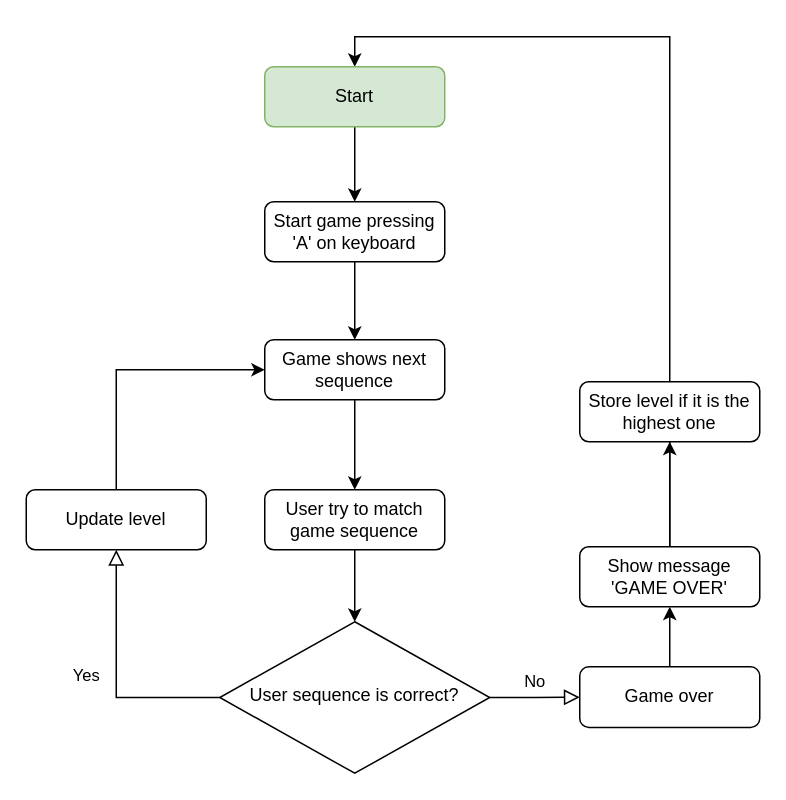
The draw.io diagram the-complete-2022-web-development-bootcamp/section-15-boss-level-challenge-the-simon-game/simon-game.drawio in liegele/estudos, before the edit. Source tidied: cells renumbered, new cells numbered last; positions are measured from the earlier drawing's top-left corner, leaving out a move shared by most shapes. Both pictures are drawn from the tidied source at 150%, with x=0, y=0 at pixel (26, 66).
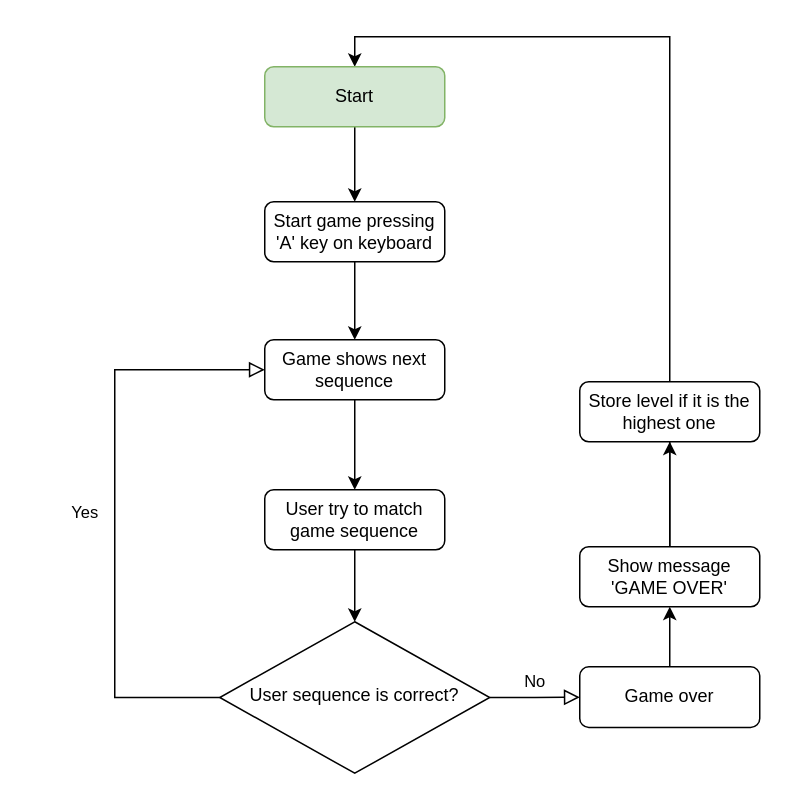
Above is the later version.

Commit message:
Atualizando arquivos

The change refers to these unchanged cells:
```xml
<mxCell id="6" value="User sequence is correct?" style="rhombus;whiteSpace=wrap;html=1;shadow=0;fontFamily=Helvetica;fontSize=12;align=center;strokeWidth=1;spacing=6;spacingTop=-4;" parent="1" vertex="1">
  <mxGeometry x="129" y="370" width="180" height="101" as="geometry" />
</mxCell>
<mxCell id="10" value="Game shows next sequence" style="rounded=1;whiteSpace=wrap;html=1;fontSize=12;glass=0;strokeWidth=1;shadow=0;" parent="1" vertex="1">
  <mxGeometry x="159" y="182" width="120" height="40" as="geometry" />
</mxCell>
```

What changed in the source:
```diff
@@
-    <mxCell id="3" value="Start game pressing 'A' on keyboard" style="rounded=1;whiteSpace=wrap;html=1;fontSize=12;glass=0;strokeWidth=1;shadow=0;" parent="1" vertex="1">
+    <mxCell id="3" value="Start game pressing 'A' key on keyboard" style="rounded=1;whiteSpace=wrap;html=1;fontSize=12;glass=0;strokeWidth=1;shadow=0;" parent="1" vertex="1">
       <mxGeometry x="159" y="90" width="120" height="40" as="geometry" />
     </mxCell>
-    <mxCell id="4" value="Yes" style="rounded=0;html=1;jettySize=auto;fontSize=11;endArrow=block;endFill=0;endSize=8;strokeWidth=1;shadow=0;labelBackgroundColor=none;edgeStyle=orthogonalEdgeStyle;entryX=0.5;entryY=1;entryDx=0;entryDy=0;" parent="1" edge="1" source="6" target="20">
+    <mxCell id="4" value="Yes" style="rounded=0;html=1;jettySize=auto;fontSize=11;endArrow=block;endFill=0;endSize=8;strokeWidth=1;shadow=0;labelBackgroundColor=none;edgeStyle=orthogonalEdgeStyle;entryX=0;entryY=0.5;entryDx=0;entryDy=0;" parent="1" edge="1" source="6" target="10">
       <mxGeometry y="20" relative="1" as="geometry">
         <Array as="points">
-          <mxPoint x="60" y="420" />
+          <mxPoint x="59" y="421" />
+          <mxPoint x="59" y="202" />
         </Array>
       </mxGeometry>
     </mxCell>
@@
-    <mxCell id="19" style="edgeStyle=orthogonalEdgeStyle;rounded=0;jettySize=auto;html=1;exitX=0.5;exitY=0;exitDx=0;exitDy=0;entryX=0;entryY=0.5;entryDx=0;entryDy=0;" parent="1" edge="1" source="20" target="10">
-      <mxGeometry relative="1" as="geometry" />
-    </mxCell>
-    <mxCell id="20" value="Update level" style="rounded=1;whiteSpace=wrap;html=1;fontSize=12;glass=0;strokeWidth=1;shadow=0;" parent="1" vertex="1">
-      <mxGeometry y="282" width="120" height="40" as="geometry" />
-    </mxCell>
```
